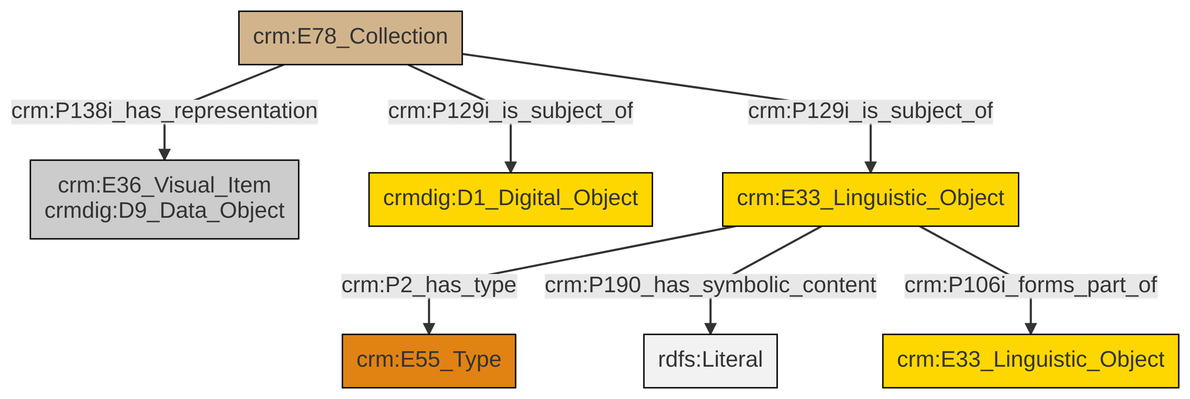
swiss-art-research-net/docs.swissartresearch keeps this Mermaid diagram as et/archivalCSV/ttl/mmd/png/archival_docs.png. Above is the earlier version. Its source is kept beside it as et/archivalCSV/ttl/mmd/archival_docs.ttl.mmd.
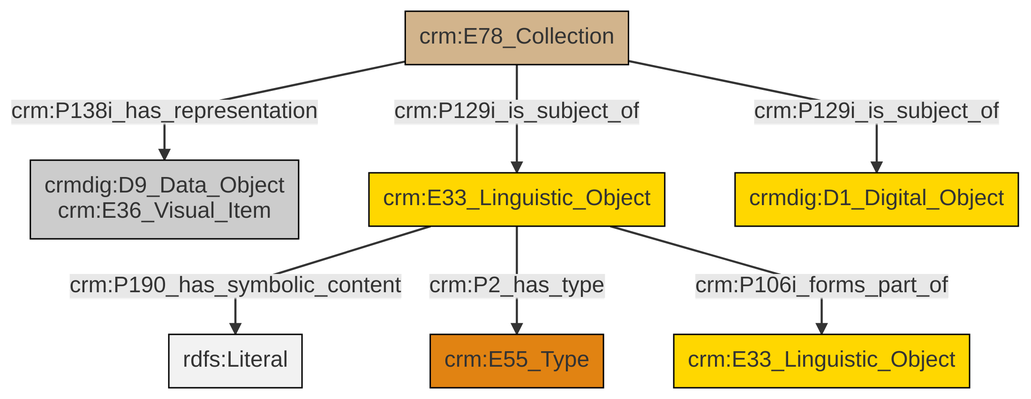
Above is the later version.

Diff of the diagram source:
```diff
@@ -13,9 +13,9 @@
 classDef PC_Classes fill:#4ce600, stroke:#000000;
 classDef Multi fill:#cccccc,stroke:#000000;
 
-0["crm:E78_Collection"]:::Physical_Thing -->|crm:P138i_has_representation| 1["crm:E36_Visual_Item<br>crmdig:D9_Data_Object"]:::Multi
-0["crm:E78_Collection"]:::Physical_Thing -->|crm:P129i_is_subject_of| 2["crmdig:D1_Digital_Object"]:::Conceptual_Object
-3["crm:E33_Linguistic_Object"]:::Conceptual_Object -->|crm:P2_has_type| 4["crm:E55_Type"]:::Type
-3["crm:E33_Linguistic_Object"]:::Conceptual_Object -->|crm:P190_has_symbolic_content| 7[rdfs:Literal]:::Literal
-3["crm:E33_Linguistic_Object"]:::Conceptual_Object -->|crm:P106i_forms_part_of| 5["crm:E33_Linguistic_Object"]:::Conceptual_Object
-0["crm:E78_Collection"]:::Physical_Thing -->|crm:P129i_is_subject_of| 3["crm:E33_Linguistic_Object"]:::Conceptual_Object
+4["crm:E78_Collection"]:::Physical_Thing -->|crm:P138i_has_representation| 2["crmdig:D9_Data_Object<br>crm:E36_Visual_Item"]:::Multi
+5["crm:E33_Linguistic_Object"]:::Conceptual_Object -->|crm:P190_has_symbolic_content| 6[rdfs:Literal]:::Literal
+5["crm:E33_Linguistic_Object"]:::Conceptual_Object -->|crm:P2_has_type| 0["crm:E55_Type"]:::Type
+5["crm:E33_Linguistic_Object"]:::Conceptual_Object -->|crm:P106i_forms_part_of| 8["crm:E33_Linguistic_Object"]:::Conceptual_Object
+4["crm:E78_Collection"]:::Physical_Thing -->|crm:P129i_is_subject_of| 10["crmdig:D1_Digital_Object"]:::Conceptual_Object
+4["crm:E78_Collection"]:::Physical_Thing -->|crm:P129i_is_subject_of| 5["crm:E33_Linguistic_Object"]:::Conceptual_Object
```
